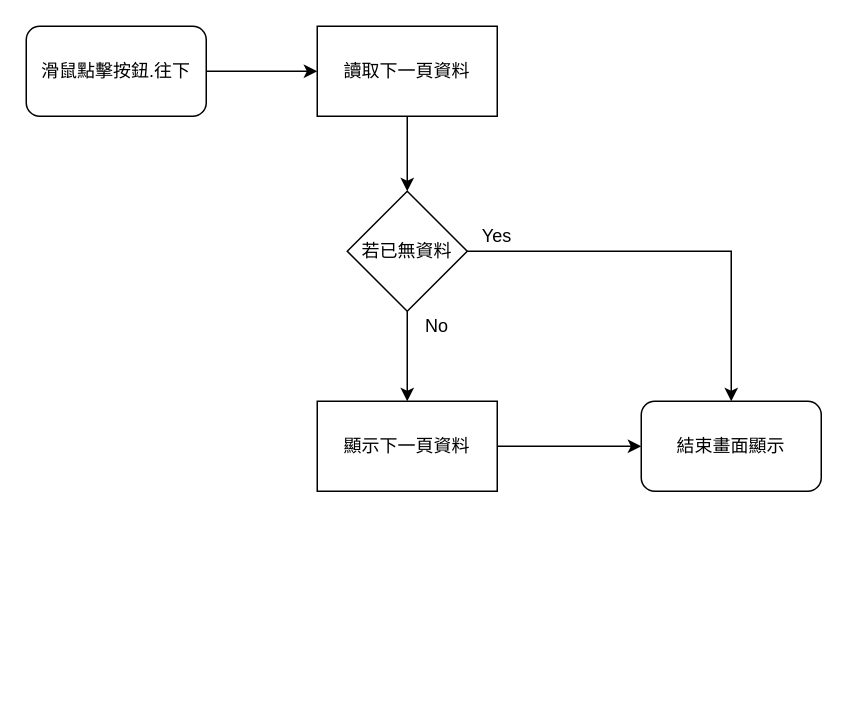
Earlier version of the draw.io diagram page "點擊按鈕.往下" (11 of 11) of 8.10.1/RTE/SYSTEM/FORM/ctrl_container/diagram/元件容器.drawio (ArcareRD/sadocs). Source tidied: cells renumbered, new cells numbered last; positions are measured from the earlier drawing's top-left corner, leaving out a move shared by most shapes. Both pictures are drawn from the tidied source at 150%, with x=0, y=0 at pixel (26, 26).
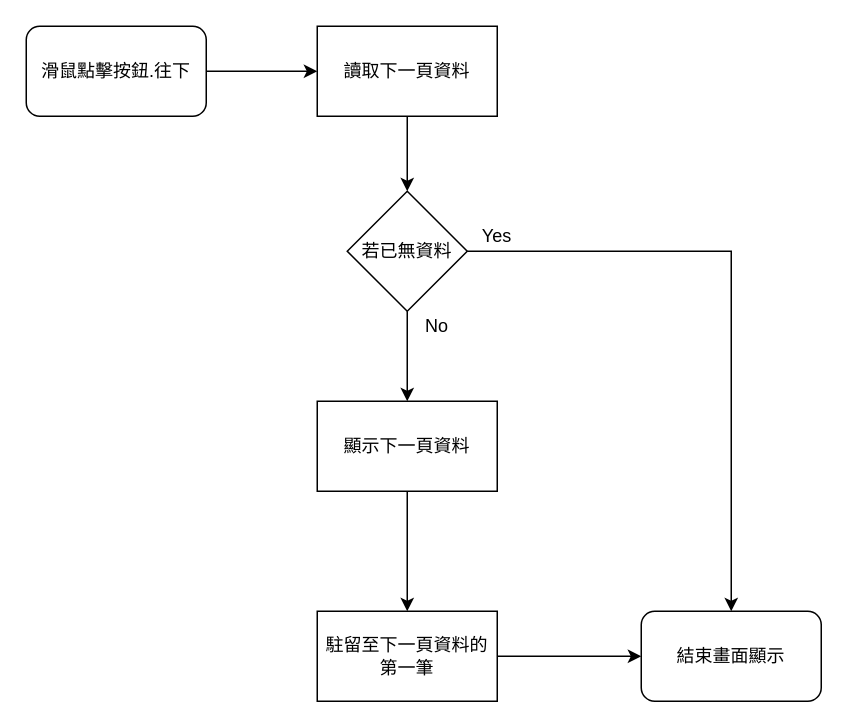
The same page after the edit.

Change to the diagram source:
```diff
@@
 <mxGraphModel>
   <root>
     <mxCell id="0" />
     <mxCell id="1" parent="0" />
     <mxCell id="2" style="edgeStyle=orthogonalEdgeStyle;rounded=0;jettySize=auto;html=1;" parent="1" edge="1" source="3" target="6">
       <mxGeometry relative="1" as="geometry" />
     </mxCell>
     <mxCell id="3" value="滑鼠點擊按鈕.往下" style="rounded=1;whiteSpace=wrap;html=1;" parent="1" vertex="1">
       <mxGeometry width="120" height="60" as="geometry" />
     </mxCell>
     <mxCell id="4" value="結束畫面顯示" style="rounded=1;whiteSpace=wrap;html=1;" parent="1" vertex="1">
-      <mxGeometry x="410" y="250" width="120" height="60" as="geometry" />
+      <mxGeometry x="410" y="390" width="120" height="60" as="geometry" />
     </mxCell>
     <mxCell id="5" style="edgeStyle=orthogonalEdgeStyle;rounded=0;jettySize=auto;html=1;" parent="1" edge="1" source="6" target="9">
       <mxGeometry relative="1" as="geometry" />
     </mxCell>
     <mxCell id="6" value="讀取下一頁資料" style="rounded=0;whiteSpace=wrap;html=1;" parent="1" vertex="1">
       <mxGeometry x="194" width="120" height="60" as="geometry" />
     </mxCell>
     <mxCell id="7" style="edgeStyle=orthogonalEdgeStyle;rounded=0;jettySize=auto;html=1;entryX=0.5;entryY=0;entryDx=0;entryDy=0;" parent="1" edge="1" source="9" target="4">
       <mxGeometry relative="1" as="geometry" />
     </mxCell>
     <mxCell id="8" style="edgeStyle=orthogonalEdgeStyle;rounded=0;jettySize=auto;html=1;" parent="1" edge="1" source="9" target="11">
       <mxGeometry relative="1" as="geometry" />
     </mxCell>
     <mxCell id="9" value="若已無資料" style="rhombus;whiteSpace=wrap;html=1;" parent="1" vertex="1">
       <mxGeometry x="214" y="110" width="80" height="80" as="geometry" />
     </mxCell>
-    <mxCell id="10" style="edgeStyle=orthogonalEdgeStyle;rounded=0;jettySize=auto;html=1;" parent="1" edge="1" source="11" target="4">
-      <mxGeometry relative="1" as="geometry" />
-    </mxCell>
+    <mxCell id="14" style="edgeStyle=orthogonalEdgeStyle;rounded=0;jettySize=auto;html=1;" parent="1" edge="1" source="11" target="16">
+      <mxGeometry relative="1" as="geometry" />
+    </mxCell>
     <mxCell id="11" value="顯示下一頁資料" style="whiteSpace=wrap;html=1;" parent="1" vertex="1">
       <mxGeometry x="194" y="250" width="120" height="60" as="geometry" />
     </mxCell>
     <mxCell id="12" value="Yes" style="text;html=1;strokeColor=none;fillColor=none;align=center;verticalAlign=middle;whiteSpace=wrap;rounded=0;" parent="1" vertex="1">
       <mxGeometry x="294" y="130" width="40" height="20" as="geometry" />
     </mxCell>
     <mxCell id="13" value="No" style="text;html=1;strokeColor=none;fillColor=none;align=center;verticalAlign=middle;whiteSpace=wrap;rounded=0;" parent="1" vertex="1">
       <mxGeometry x="254" y="190" width="40" height="20" as="geometry" />
     </mxCell>
+    <mxCell id="15" style="edgeStyle=orthogonalEdgeStyle;rounded=0;jettySize=auto;html=1;" parent="1" edge="1" source="16" target="4">
+      <mxGeometry relative="1" as="geometry" />
+    </mxCell>
+    <mxCell id="16" value="駐留至下一頁資料的第一筆" style="whiteSpace=wrap;html=1;" parent="1" vertex="1">
+      <mxGeometry x="194" y="390" width="120" height="60" as="geometry" />
+    </mxCell>
   </root>
 </mxGraphModel>
```
